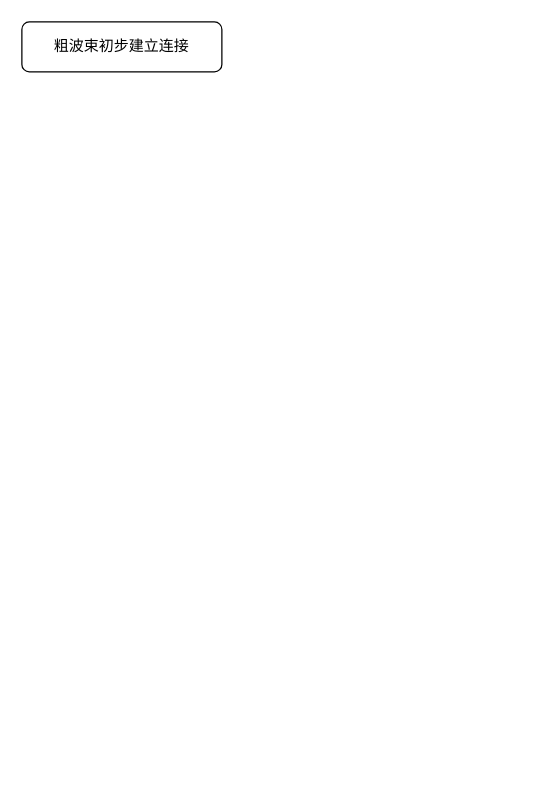
Above: page "Page-2" (2 of 7) of 基于轨迹预测的SRS发射方式.drawio in xiaozhi-chen/canvas-fontawesome (draw.io), before the change. Source tidied: cells renumbered, new cells numbered last; positions are measured from the earlier drawing's top-left corner, leaving out a move shared by most shapes. Both pictures are drawn from the tidied source at 125%, with x=0, y=0 at pixel (21, 21).
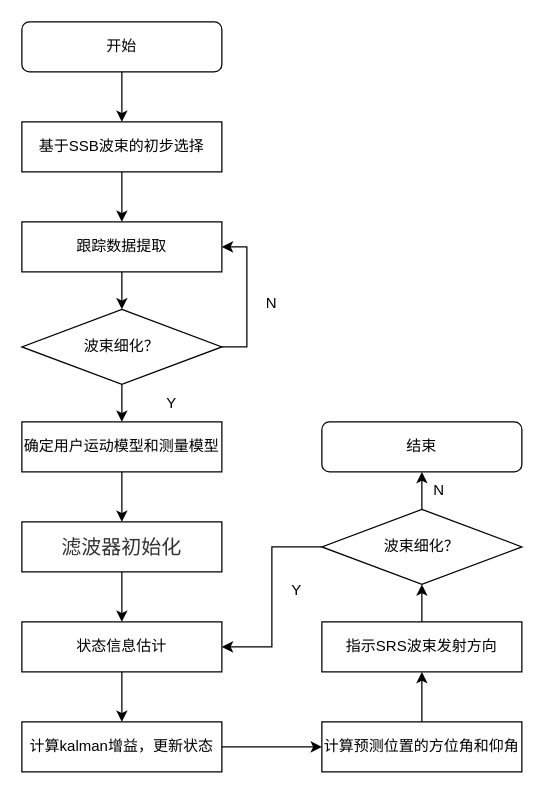
Above is the later version.

Commit message:
Update 基于轨迹预测的SRS发射方式.drawio

Diff of the diagram source:
```diff
@@
+    <mxCell id="3" style="edgeStyle=orthogonalEdgeStyle;rounded=0;jettySize=auto;html=1;" parent="1" edge="1" source="2" target="5">
+      <mxGeometry relative="1" as="geometry" />
+    </mxCell>
-    <mxCell id="2" value="粗波束初步建立连接" style="rounded=1;whiteSpace=wrap;html=1;" parent="1" vertex="1">
+    <mxCell id="2" value="开始" style="rounded=1;whiteSpace=wrap;html=1;" parent="1" vertex="1">
       <mxGeometry width="160" height="40" as="geometry" />
     </mxCell>
+    <mxCell id="4" style="edgeStyle=orthogonalEdgeStyle;rounded=0;jettySize=auto;html=1;entryX=0.5;entryY=0;entryDx=0;entryDy=0;" parent="1" edge="1" source="5" target="9">
+      <mxGeometry relative="1" as="geometry" />
+    </mxCell>
+    <mxCell id="5" value="基于SSB波束的初步选择" style="rounded=0;whiteSpace=wrap;html=1;" parent="1" vertex="1">
+      <mxGeometry y="80" width="160" height="40" as="geometry" />
+    </mxCell>
+    <mxCell id="6" style="edgeStyle=orthogonalEdgeStyle;rounded=0;jettySize=auto;html=1;" parent="1" edge="1" source="7" target="14">
+      <mxGeometry relative="1" as="geometry" />
+    </mxCell>
+    <mxCell id="7" value="确定用户运动模型和测量模型" style="rounded=0;whiteSpace=wrap;html=1;" parent="1" vertex="1">
+      <mxGeometry y="320" width="160" height="40" as="geometry" />
+    </mxCell>
+    <mxCell id="8" style="edgeStyle=orthogonalEdgeStyle;rounded=0;jettySize=auto;html=1;" parent="1" edge="1" source="9" target="12">
+      <mxGeometry relative="1" as="geometry" />
+    </mxCell>
+    <mxCell id="9" value="跟踪数据提取" style="rounded=0;whiteSpace=wrap;html=1;" parent="1" vertex="1">
+      <mxGeometry y="160" width="160" height="40" as="geometry" />
+    </mxCell>
+    <mxCell id="10" style="edgeStyle=orthogonalEdgeStyle;rounded=0;jettySize=auto;html=1;entryX=0.5;entryY=0;entryDx=0;entryDy=0;" parent="1" edge="1" source="12" target="7">
+      <mxGeometry relative="1" as="geometry" />
+    </mxCell>
+    <mxCell id="11" style="edgeStyle=orthogonalEdgeStyle;rounded=0;jettySize=auto;html=1;entryX=1;entryY=0.5;entryDx=0;entryDy=0;" parent="1" edge="1" source="12" target="9">
+      <mxGeometry relative="1" as="geometry">
+        <Array as="points">
+          <mxPoint x="180" y="260" />
+          <mxPoint x="180" y="180" />
+        </Array>
+      </mxGeometry>
+    </mxCell>
+    <mxCell id="12" value="波束细化？" style="rhombus;whiteSpace=wrap;html=1;" parent="1" vertex="1">
+      <mxGeometry y="230" width="160" height="60" as="geometry" />
+    </mxCell>
+    <mxCell id="13" style="edgeStyle=orthogonalEdgeStyle;rounded=0;jettySize=auto;html=1;" parent="1" edge="1" source="14" target="16">
+      <mxGeometry relative="1" as="geometry" />
+    </mxCell>
+    <mxCell id="14" value="&lt;div style=&quot;text-align: left&quot;&gt;&lt;font color=&quot;#333333&quot; face=&quot;tahoma, arial, sans-serif&quot;&gt;&lt;span style=&quot;font-size: 16px&quot;&gt;滤波器初始化&lt;/span&gt;&lt;/font&gt;&lt;/div&gt;" style="rounded=0;whiteSpace=wrap;html=1;" parent="1" vertex="1">
+      <mxGeometry y="400" width="160" height="40" as="geometry" />
+    </mxCell>
+    <mxCell id="15" style="edgeStyle=orthogonalEdgeStyle;rounded=0;jettySize=auto;html=1;" parent="1" edge="1" source="16" target="18">
+      <mxGeometry relative="1" as="geometry" />
+    </mxCell>
+    <mxCell id="16" value="状态信息估计" style="rounded=0;whiteSpace=wrap;html=1;" parent="1" vertex="1">
+      <mxGeometry y="480" width="160" height="40" as="geometry" />
+    </mxCell>
+    <mxCell id="17" style="edgeStyle=orthogonalEdgeStyle;rounded=0;jettySize=auto;html=1;entryX=0;entryY=0.5;entryDx=0;entryDy=0;" parent="1" edge="1" source="18" target="22">
+      <mxGeometry relative="1" as="geometry" />
+    </mxCell>
+    <mxCell id="18" value="计算kalman增益，更新状态" style="rounded=0;whiteSpace=wrap;html=1;" parent="1" vertex="1">
+      <mxGeometry y="560" width="160" height="40" as="geometry" />
+    </mxCell>
+    <mxCell id="19" value="Y" style="text;html=1;strokeColor=none;fillColor=none;align=center;verticalAlign=middle;whiteSpace=wrap;rounded=0;" parent="1" vertex="1">
+      <mxGeometry x="90" y="290" width="60" height="30" as="geometry" />
+    </mxCell>
+    <mxCell id="20" value="N" style="text;html=1;strokeColor=none;fillColor=none;align=center;verticalAlign=middle;whiteSpace=wrap;rounded=0;" parent="1" vertex="1">
+      <mxGeometry x="170" y="210" width="60" height="30" as="geometry" />
+    </mxCell>
+    <mxCell id="21" style="edgeStyle=orthogonalEdgeStyle;rounded=0;jettySize=auto;html=1;" parent="1" edge="1" source="22" target="24">
+      <mxGeometry relative="1" as="geometry" />
+    </mxCell>
+    <mxCell id="22" value="计算预测位置的方位角和仰角" style="rounded=0;whiteSpace=wrap;html=1;" parent="1" vertex="1">
+      <mxGeometry x="240" y="560" width="160" height="40" as="geometry" />
+    </mxCell>
+    <mxCell id="23" style="edgeStyle=orthogonalEdgeStyle;rounded=0;jettySize=auto;html=1;" parent="1" edge="1" source="24" target="28">
+      <mxGeometry relative="1" as="geometry" />
+    </mxCell>
+    <mxCell id="24" value="指示SRS波束发射方向" style="rounded=0;whiteSpace=wrap;html=1;" parent="1" vertex="1">
+      <mxGeometry x="240" y="480" width="160" height="40" as="geometry" />
+    </mxCell>
+    <mxCell id="25" value="结束" style="rounded=1;whiteSpace=wrap;html=1;" parent="1" vertex="1">
+      <mxGeometry x="240" y="320" width="160" height="40" as="geometry" />
+    </mxCell>
+    <mxCell id="26" style="edgeStyle=orthogonalEdgeStyle;rounded=0;jettySize=auto;html=1;entryX=1;entryY=0.5;entryDx=0;entryDy=0;" parent="1" edge="1" source="28" target="16">
+      <mxGeometry relative="1" as="geometry" />
+    </mxCell>
+    <mxCell id="27" style="edgeStyle=orthogonalEdgeStyle;rounded=0;jettySize=auto;html=1;" parent="1" edge="1" source="28" target="25">
+      <mxGeometry relative="1" as="geometry" />
+    </mxCell>
+    <mxCell id="28" value="波束细化？" style="rhombus;whiteSpace=wrap;html=1;" parent="1" vertex="1">
+      <mxGeometry x="240" y="390" width="160" height="60" as="geometry" />
+    </mxCell>
+    <mxCell id="29" value="Y" style="text;html=1;strokeColor=none;fillColor=none;align=center;verticalAlign=middle;whiteSpace=wrap;rounded=0;" parent="1" vertex="1">
+      <mxGeometry x="190" y="440" width="60" height="30" as="geometry" />
+    </mxCell>
+    <mxCell id="30" value="N" style="text;html=1;strokeColor=none;fillColor=none;align=center;verticalAlign=middle;whiteSpace=wrap;rounded=0;" parent="1" vertex="1">
+      <mxGeometry x="304" y="360" width="60" height="30" as="geometry" />
+    </mxCell>
```
